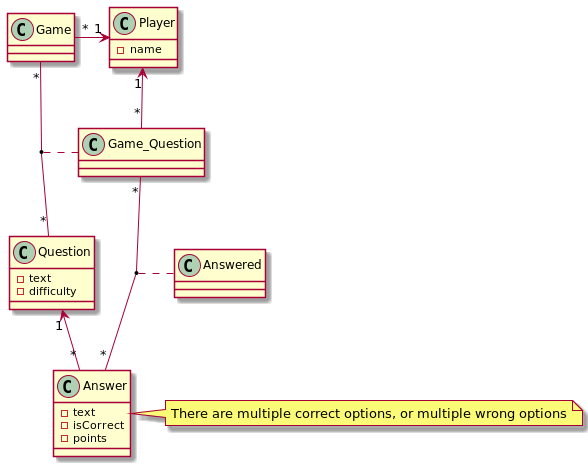
Above: asciidocs/images/class-diagramm.png in 2122-3bhitm-itp/02-project-uno (PlantUML), before the change. Source of this version:
```plantuml
@startuml
top to bottom direction

class Game{}

class Player{
    - name
}

class Question {
    - text
    - difficulty
}

class Answer{
    - text
    - isCorrect
    - points
}

class Game_Question{}

class Answered{}

Player "1" <-left- "*" Game

Game_Question "*"-left->"1" Player

Game "*" -- "*" Question

(Game,Question) .. Game_Question

Question "1"<--"*" Answer

Game_Question "*"--"*" Answer

(Game_Question, Answer) .. Answered

note right of Answer
    There are multiple correct options, or multiple wrong options
end note
@enduml
```
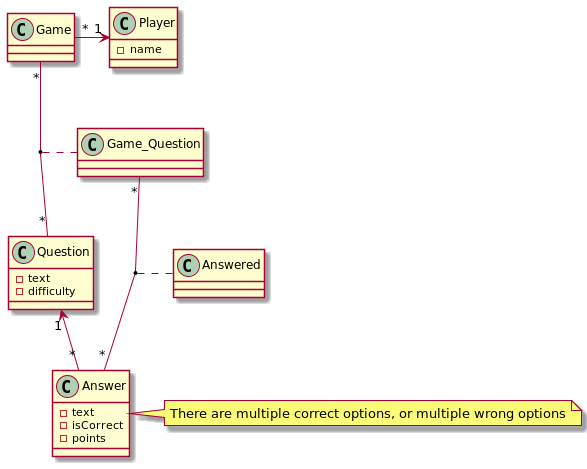
The same file after the commit.

What changed in the source:
```diff
@@ -24,8 +24,6 @@
 
 Player "1" <-left- "*" Game
 
-Game_Question "*"-left->"1" Player
-
 Game "*" -- "*" Question
 
 (Game,Question) .. Game_Question
```
